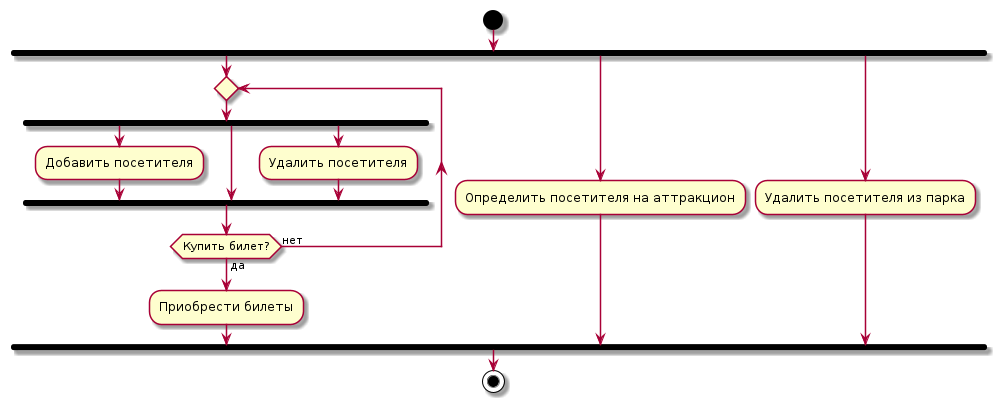
Before: description/images/main-visitor-activity-diagram.png, a diagram exported from PlantUML (mzhirko/amusement-park).
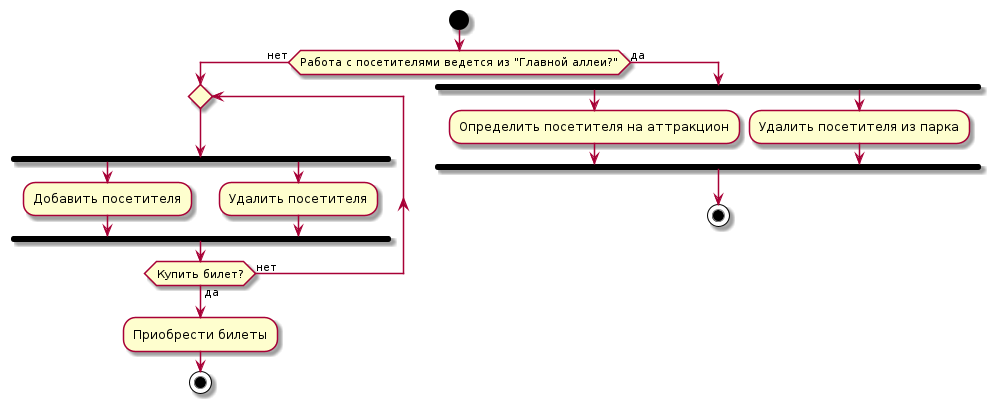
The same diagram one commit later.

Commit message:
Add 'add visitor to attraction'+'buy attraction'+'buy ticket'+'delete attraction'+'remove visitor'+'view valley' activity diagrams +++ fixes of other 1s

What changed in the source:
```diff
@@ -1,17 +1,18 @@
 @startuml
 |Игрок|
 start
-fork
+if (Работа с посетителями ведется из "Главной аллеи?") then (нет)
 repeat
 fork
 :Добавить посетителя;
-forkagain
 forkagain
 :Удалить посетителя;
 endfork
 repeat while (Купить билет?) is (нет) not (да)
 :Приобрести билеты;
-forkagain
+stop
+else (да)
+fork
 :Определить посетителя на аттракцион;
 forkagain
 :Удалить посетителя из парка;
```
